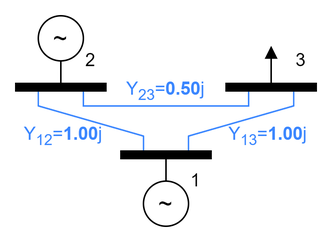
The draw.io diagram documentation/figures/3-bus_test_system.png in DominikVereno/quantum-classical-co-simulation-proof-of-concept, before a commit. Source tidied: cells renumbered, new cells last; positions are measured from the earlier drawing's top-left corner, leaving out a move shared by most shapes. Source of this version:
```xml
<mxGraphModel>
  <root>
    <mxCell id="0" />
    <mxCell id="1" parent="0" />
    <mxCell id="2" style="edgeStyle=none;rounded=0;jettySize=auto;html=1;exitX=0.75;exitY=1;exitDx=0;exitDy=0;entryX=0.25;entryY=1;entryDx=0;entryDy=0;startArrow=none;startFill=0;endArrow=none;endFill=0;fillColor=#dae8fc;strokeColor=#3A86FF;" parent="1" edge="1" source="16" target="17">
      <mxGeometry relative="1" as="geometry">
        <Array as="points">
          <mxPoint x="45" y="60" />
          <mxPoint x="100" y="60" />
          <mxPoint x="155" y="60" />
        </Array>
      </mxGeometry>
    </mxCell>
    <mxCell id="3" style="edgeStyle=none;rounded=0;jettySize=auto;html=1;exitX=0.5;exitY=0;exitDx=0;exitDy=0;startArrow=none;startFill=0;endArrow=block;endFill=1;" parent="1" edge="1" source="17">
      <mxGeometry relative="1" as="geometry">
        <mxPoint x="170" y="20" as="targetPoint" />
      </mxGeometry>
    </mxCell>
    <mxCell id="4" style="edgeStyle=none;rounded=0;jettySize=auto;html=1;exitX=0.5;exitY=1;exitDx=0;exitDy=0;entryX=0.5;entryY=0;entryDx=0;entryDy=0;startArrow=none;startFill=0;endArrow=none;endFill=0;" parent="1" edge="1" source="18" target="12">
      <mxGeometry relative="1" as="geometry" />
    </mxCell>
    <mxCell id="5" style="rounded=0;jettySize=auto;html=1;exitX=0.75;exitY=1;exitDx=0;exitDy=0;entryX=0.75;entryY=0;entryDx=0;entryDy=0;startArrow=none;startFill=0;endArrow=none;endFill=0;fillColor=#dae8fc;strokeColor=#3A86FF;" parent="1" edge="1" source="17" target="18">
      <mxGeometry relative="1" as="geometry">
        <Array as="points">
          <mxPoint x="185" y="60" />
          <mxPoint x="115" y="80" />
        </Array>
      </mxGeometry>
    </mxCell>
    <mxCell id="6" style="edgeStyle=none;rounded=0;jettySize=auto;html=1;exitX=0.25;exitY=1;exitDx=0;exitDy=0;entryX=0.25;entryY=0;entryDx=0;entryDy=0;startArrow=none;startFill=0;endArrow=none;endFill=0;fillColor=#dae8fc;strokeColor=#3A86FF;" parent="1" edge="1" source="16" target="18">
      <mxGeometry relative="1" as="geometry">
        <Array as="points">
          <mxPoint x="15" y="60" />
          <mxPoint x="85" y="80" />
        </Array>
      </mxGeometry>
    </mxCell>
    <mxCell id="7" value="1" style="text;html=1;strokeColor=none;fillColor=none;align=center;verticalAlign=middle;whiteSpace=wrap;rounded=0;" parent="1" vertex="1">
      <mxGeometry x="110" y="100" width="20" height="20" as="geometry" />
    </mxCell>
    <mxCell id="8" value="3" style="text;html=1;strokeColor=none;fillColor=none;align=center;verticalAlign=middle;whiteSpace=wrap;rounded=0;" parent="1" vertex="1">
      <mxGeometry x="180" y="20" width="20" height="20" as="geometry" />
    </mxCell>
    <mxCell id="9" value="2" style="text;html=1;strokeColor=none;fillColor=none;align=center;verticalAlign=middle;whiteSpace=wrap;rounded=0;" parent="1" vertex="1">
      <mxGeometry x="40" y="20" width="20" height="20" as="geometry" />
    </mxCell>
    <mxCell id="10" style="edgeStyle=none;rounded=0;jettySize=auto;html=1;exitX=0.5;exitY=1;exitDx=0;exitDy=0;entryX=0.5;entryY=0;entryDx=0;entryDy=0;startArrow=none;startFill=0;endArrow=none;endFill=0;" parent="1" edge="1" source="11" target="16">
      <mxGeometry relative="1" as="geometry" />
    </mxCell>
    <mxCell id="11" value="&lt;span style=&quot;font-size: 16px;&quot;&gt;~&lt;/span&gt;" style="ellipse;whiteSpace=wrap;html=1;fontStyle=0;fontSize=16;" parent="1" vertex="1">
      <mxGeometry x="15" width="30" height="30" as="geometry" />
    </mxCell>
    <mxCell id="12" value="&lt;font style=&quot;font-size: 16px;&quot;&gt;~&lt;/font&gt;" style="ellipse;whiteSpace=wrap;html=1;" parent="1" vertex="1">
      <mxGeometry x="85" y="110" width="30" height="30" as="geometry" />
    </mxCell>
    <mxCell id="13" value="Y&lt;sub&gt;12&lt;/sub&gt;=&lt;b&gt;1.00&lt;/b&gt;j" style="text;html=1;strokeColor=none;fillColor=none;align=right;verticalAlign=middle;whiteSpace=wrap;rounded=0;fontColor=#3A86FF;" parent="1" vertex="1">
      <mxGeometry x="20" y="70" width="40" height="20" as="geometry" />
    </mxCell>
    <mxCell id="14" value="Y&lt;sub&gt;13&lt;/sub&gt;=&lt;b&gt;1.00&lt;/b&gt;j" style="text;html=1;strokeColor=none;fillColor=none;align=left;verticalAlign=middle;whiteSpace=wrap;rounded=0;fontColor=#3A86FF;" parent="1" vertex="1">
      <mxGeometry x="140" y="70" width="40" height="20" as="geometry" />
    </mxCell>
    <mxCell id="15" value="Y&lt;sub&gt;23&lt;/sub&gt;=&lt;b&gt;0.50&lt;/b&gt;j" style="text;html=1;strokeColor=none;fillColor=none;align=center;verticalAlign=middle;whiteSpace=wrap;rounded=0;fontColor=#3A86FF;" parent="1" vertex="1">
      <mxGeometry x="80" y="40" width="40" height="20" as="geometry" />
    </mxCell>
    <mxCell id="16" style="rounded=0;whiteSpace=wrap;html=1;fillColor=#000000;" parent="1" vertex="1">
      <mxGeometry y="45" width="60" height="5" as="geometry" />
    </mxCell>
    <mxCell id="17" style="rounded=0;whiteSpace=wrap;html=1;fillColor=#000000;" parent="1" vertex="1">
      <mxGeometry x="140" y="45" width="60" height="5" as="geometry" />
    </mxCell>
    <mxCell id="18" style="rounded=0;whiteSpace=wrap;html=1;fillColor=#000000;" parent="1" vertex="1">
      <mxGeometry x="70" y="90" width="60" height="5" as="geometry" />
    </mxCell>
  </root>
</mxGraphModel>
```
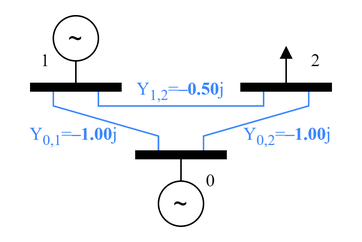
After the change.

Change to the diagram source:
```diff
@@ -35,14 +35,14 @@
         </Array>
       </mxGeometry>
     </mxCell>
-    <mxCell id="7" value="1" style="text;html=1;strokeColor=none;fillColor=none;align=center;verticalAlign=middle;whiteSpace=wrap;rounded=0;" parent="1" vertex="1">
+    <mxCell id="7" value="0" style="text;html=1;strokeColor=none;fillColor=none;align=center;verticalAlign=middle;whiteSpace=wrap;rounded=0;fontFamily=Times New Roman;" parent="1" vertex="1">
       <mxGeometry x="110" y="100" width="20" height="20" as="geometry" />
     </mxCell>
-    <mxCell id="8" value="3" style="text;html=1;strokeColor=none;fillColor=none;align=center;verticalAlign=middle;whiteSpace=wrap;rounded=0;" parent="1" vertex="1">
+    <mxCell id="8" value="2" style="text;html=1;strokeColor=none;fillColor=none;align=center;verticalAlign=middle;whiteSpace=wrap;rounded=0;fontFamily=Times New Roman;" parent="1" vertex="1">
       <mxGeometry x="180" y="20" width="20" height="20" as="geometry" />
     </mxCell>
-    <mxCell id="9" value="2" style="text;html=1;strokeColor=none;fillColor=none;align=center;verticalAlign=middle;whiteSpace=wrap;rounded=0;" parent="1" vertex="1">
-      <mxGeometry x="40" y="20" width="20" height="20" as="geometry" />
+    <mxCell id="9" value="1" style="text;html=1;strokeColor=none;fillColor=none;align=center;verticalAlign=middle;whiteSpace=wrap;rounded=0;fontFamily=Times New Roman;" parent="1" vertex="1">
+      <mxGeometry y="20" width="20" height="20" as="geometry" />
     </mxCell>
     <mxCell id="10" style="edgeStyle=none;rounded=0;jettySize=auto;html=1;exitX=0.5;exitY=1;exitDx=0;exitDy=0;entryX=0.5;entryY=0;entryDx=0;entryDy=0;startArrow=none;startFill=0;endArrow=none;endFill=0;" parent="1" edge="1" source="11" target="16">
       <mxGeometry relative="1" as="geometry" />
@@ -53,14 +53,14 @@
     <mxCell id="12" value="&lt;font style=&quot;font-size: 16px;&quot;&gt;~&lt;/font&gt;" style="ellipse;whiteSpace=wrap;html=1;" parent="1" vertex="1">
       <mxGeometry x="85" y="110" width="30" height="30" as="geometry" />
     </mxCell>
-    <mxCell id="13" value="Y&lt;sub&gt;12&lt;/sub&gt;=&lt;b&gt;1.00&lt;/b&gt;j" style="text;html=1;strokeColor=none;fillColor=none;align=right;verticalAlign=middle;whiteSpace=wrap;rounded=0;fontColor=#3A86FF;" parent="1" vertex="1">
-      <mxGeometry x="20" y="70" width="40" height="20" as="geometry" />
+    <mxCell id="13" value="Y&lt;sub&gt;0,1&lt;/sub&gt;=&lt;b&gt;–1.00&lt;/b&gt;j" style="text;html=1;strokeColor=none;fillColor=none;align=right;verticalAlign=middle;whiteSpace=wrap;rounded=0;fontColor=#3A86FF;fontFamily=Times New Roman;" parent="1" vertex="1">
+      <mxGeometry x="-10" y="70" width="70" height="20" as="geometry" />
     </mxCell>
-    <mxCell id="14" value="Y&lt;sub&gt;13&lt;/sub&gt;=&lt;b&gt;1.00&lt;/b&gt;j" style="text;html=1;strokeColor=none;fillColor=none;align=left;verticalAlign=middle;whiteSpace=wrap;rounded=0;fontColor=#3A86FF;" parent="1" vertex="1">
-      <mxGeometry x="140" y="70" width="40" height="20" as="geometry" />
+    <mxCell id="14" value="Y&lt;sub&gt;0,2&lt;/sub&gt;=&lt;b&gt;–1.00&lt;/b&gt;j" style="text;html=1;strokeColor=none;fillColor=none;align=left;verticalAlign=middle;whiteSpace=wrap;rounded=0;fontColor=#3A86FF;fontFamily=Times New Roman;" parent="1" vertex="1">
+      <mxGeometry x="140" y="70" width="70" height="20" as="geometry" />
     </mxCell>
-    <mxCell id="15" value="Y&lt;sub&gt;23&lt;/sub&gt;=&lt;b&gt;0.50&lt;/b&gt;j" style="text;html=1;strokeColor=none;fillColor=none;align=center;verticalAlign=middle;whiteSpace=wrap;rounded=0;fontColor=#3A86FF;" parent="1" vertex="1">
-      <mxGeometry x="80" y="40" width="40" height="20" as="geometry" />
+    <mxCell id="15" value="Y&lt;sub&gt;1,2&lt;/sub&gt;=&lt;b&gt;–0.50&lt;/b&gt;j" style="text;html=1;strokeColor=none;fillColor=none;align=center;verticalAlign=middle;whiteSpace=wrap;rounded=0;fontColor=#3A86FF;fontFamily=Times New Roman;" parent="1" vertex="1">
+      <mxGeometry x="60" y="40" width="80" height="20" as="geometry" />
     </mxCell>
     <mxCell id="16" style="rounded=0;whiteSpace=wrap;html=1;fillColor=#000000;" parent="1" vertex="1">
       <mxGeometry y="45" width="60" height="5" as="geometry" />
```
